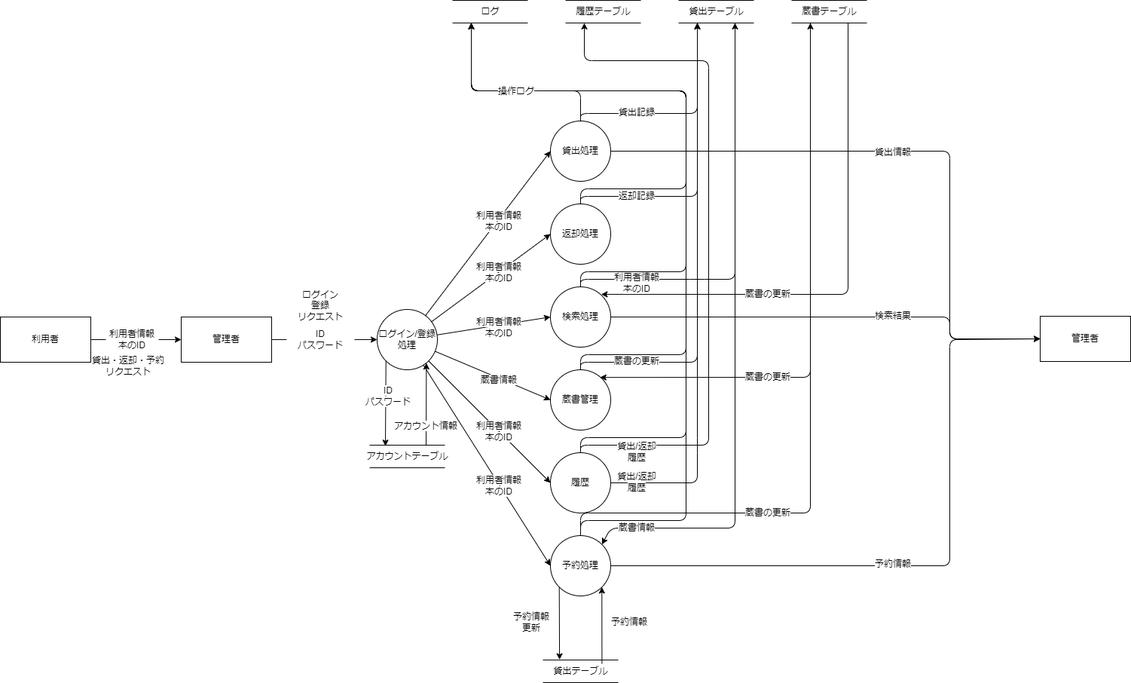
OMEGA-himajin/book_database keeps this draw.io diagram as documents/diagrams/DFD_レベル1.drawio.png. Above is the earlier version. Source tidied: cells renumbered, new cells last; positions are measured from the earlier drawing's top-left corner, leaving out a move shared by most shapes.
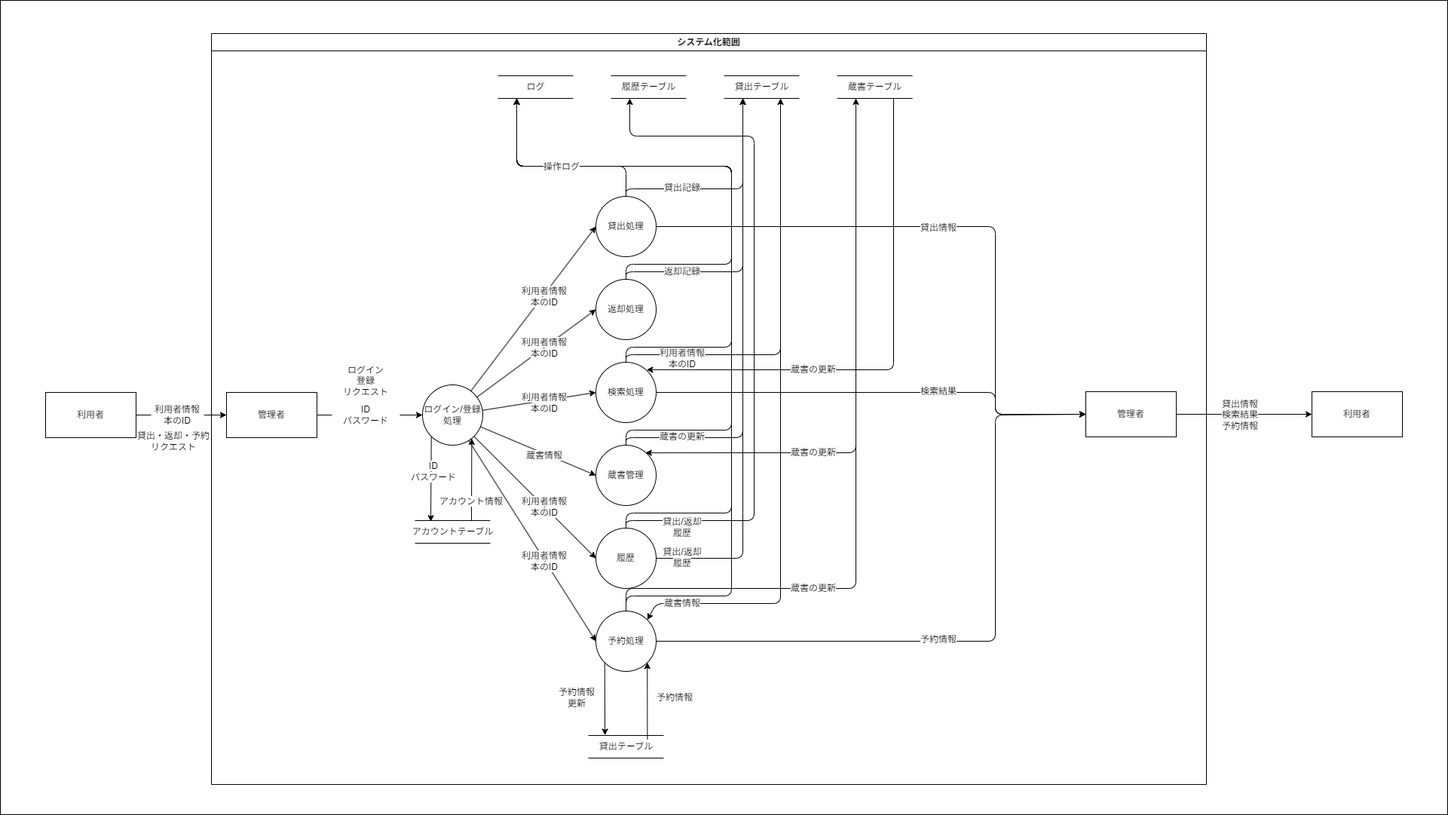
After the commit.

Commit message:
doc: changed DFD_level1

The edit, as a diff of the source:
```diff
@@ -330,6 +330,9 @@
     <mxCell id="74" value="&lt;span style=&quot;background-color: rgb(255, 255, 255);&quot;&gt;&lt;font color=&quot;#000000&quot;&gt;蔵書の更新&lt;/font&gt;&lt;/span&gt;" style="text;html=1;strokeColor=none;fillColor=none;align=center;verticalAlign=middle;whiteSpace=wrap;rounded=0;labelBackgroundColor=none;fontColor=#FFFFFF;" parent="1" vertex="1">
       <mxGeometry x="984" y="485" width="70" height="30" as="geometry" />
     </mxCell>
+    <mxCell id="79" style="edgeStyle=none;html=1;entryX=0;entryY=0.5;entryDx=0;entryDy=0;strokeColor=#000000;" parent="1" edge="1" source="75" target="80">
+      <mxGeometry relative="1" as="geometry" />
+    </mxCell>
     <mxCell id="75" value="&lt;font color=&quot;#000000&quot;&gt;管理者&lt;/font&gt;" style="rounded=0;whiteSpace=wrap;html=1;fillColor=none;strokeColor=#000000;" parent="1" vertex="1">
       <mxGeometry x="1380" y="419" width="120" height="60" as="geometry" />
     </mxCell>
@@ -342,5 +345,17 @@
     <mxCell id="78" value="&lt;font color=&quot;#000000&quot;&gt;&lt;span style=&quot;background-color: rgb(255, 255, 255);&quot;&gt;予約情報&lt;/span&gt;&lt;/font&gt;" style="text;html=1;strokeColor=none;fillColor=none;align=center;verticalAlign=middle;whiteSpace=wrap;rounded=0;labelBackgroundColor=none;fontColor=#FFFFFF;" parent="1" vertex="1">
       <mxGeometry x="1150" y="733" width="70" height="30" as="geometry" />
     </mxCell>
+    <mxCell id="80" value="&lt;font color=&quot;#000000&quot;&gt;利用者&lt;/font&gt;" style="rounded=0;whiteSpace=wrap;html=1;fillColor=none;strokeColor=#000000;" parent="1" vertex="1">
+      <mxGeometry x="1680" y="419" width="120" height="60" as="geometry" />
+    </mxCell>
+    <mxCell id="81" value="&lt;font color=&quot;#000000&quot;&gt;&lt;span style=&quot;background-color: rgb(255, 255, 255);&quot;&gt;貸出情報&lt;br&gt;検索結果&lt;br&gt;予約情報&lt;br&gt;&lt;/span&gt;&lt;/font&gt;" style="text;html=1;strokeColor=none;fillColor=none;align=center;verticalAlign=middle;whiteSpace=wrap;rounded=0;labelBackgroundColor=none;fontColor=#FFFFFF;" parent="1" vertex="1">
+      <mxGeometry x="1550" y="435" width="70" height="30" as="geometry" />
+    </mxCell>
+    <mxCell id="82" style="swimlane;startSize=0;" parent="1" vertex="1">
+      <mxGeometry x="-60" y="-100" width="1920" height="1080" as="geometry" />
+    </mxCell>
+    <mxCell id="83" value="&lt;font color=&quot;#000000&quot;&gt;システム化範囲&lt;/font&gt;" style="swimlane;whiteSpace=wrap;html=1;fillColor=none;" parent="82" vertex="1">
+      <mxGeometry x="280" y="44" width="1320" height="996" as="geometry" />
+    </mxCell>
   </root>
 </mxGraphModel>
```
